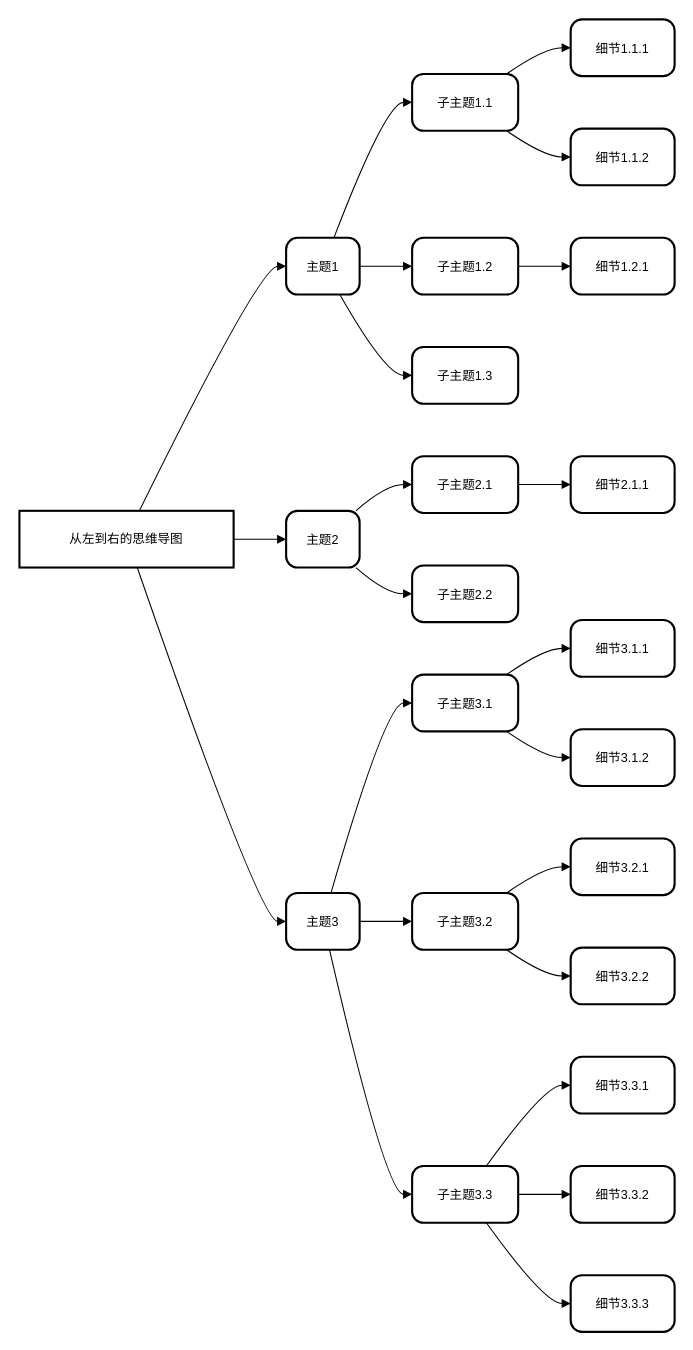
This is 未命名绘图.drawio from huiyanai/mydraw, a draw.io file, before an edit. Source tidied: cells renumbered, new cells numbered last; positions are measured from the earlier drawing's top-left corner, leaving out a move shared by most shapes. Both pictures are drawn from the tidied source at 105%, with x=0, y=0 at pixel (19, 19).
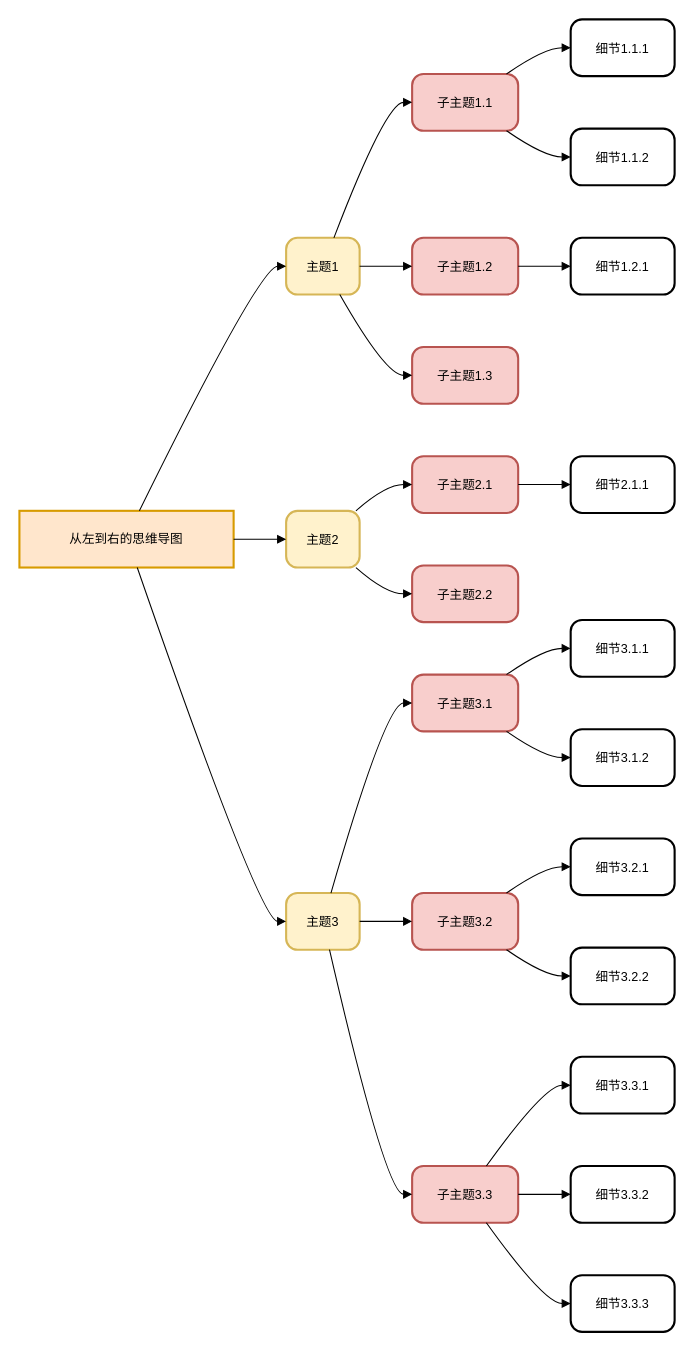
Above is the later version.

What changed in the source:
```diff
@@
-    <mxCell id="2" value="从左到右的思维导图" style="whiteSpace=wrap;strokeWidth=2;" parent="1" vertex="1">
+    <mxCell id="2" value="从左到右的思维导图" style="whiteSpace=wrap;strokeWidth=2;fillColor=#ffe6cc;strokeColor=#d79b00;" parent="1" vertex="1">
       <mxGeometry y="468" width="204" height="54" as="geometry" />
     </mxCell>
-    <mxCell id="3" value="主题1" style="rounded=1;arcSize=20;strokeWidth=2;" parent="1" vertex="1">
+    <mxCell id="3" value="主题1" style="rounded=1;arcSize=20;strokeWidth=2;fillColor=#fff2cc;strokeColor=#d6b656;" parent="1" vertex="1">
       <mxGeometry x="254" y="208" width="70" height="54" as="geometry" />
     </mxCell>
-    <mxCell id="4" value="主题2" style="rounded=1;arcSize=20;strokeWidth=2;" parent="1" vertex="1">
+    <mxCell id="4" value="主题2" style="rounded=1;arcSize=20;strokeWidth=2;fillColor=#fff2cc;strokeColor=#d6b656;" parent="1" vertex="1">
       <mxGeometry x="254" y="468" width="70" height="54" as="geometry" />
     </mxCell>
-    <mxCell id="5" value="主题3" style="rounded=1;arcSize=20;strokeWidth=2;" parent="1" vertex="1">
+    <mxCell id="5" value="主题3" style="rounded=1;arcSize=20;strokeWidth=2;fillColor=#fff2cc;strokeColor=#d6b656;" parent="1" vertex="1">
       <mxGeometry x="254" y="832" width="70" height="54" as="geometry" />
     </mxCell>
-    <mxCell id="6" value="子主题1.1" style="rounded=1;arcSize=20;strokeWidth=2;" parent="1" vertex="1">
+    <mxCell id="6" value="子主题1.1" style="rounded=1;arcSize=20;strokeWidth=2;fillColor=#f8cecc;strokeColor=#b85450;" parent="1" vertex="1">
       <mxGeometry x="374" y="52" width="101" height="54" as="geometry" />
     </mxCell>
-    <mxCell id="7" value="子主题1.2" style="rounded=1;arcSize=20;strokeWidth=2;" parent="1" vertex="1">
+    <mxCell id="7" value="子主题1.2" style="rounded=1;arcSize=20;strokeWidth=2;fillColor=#f8cecc;strokeColor=#b85450;" parent="1" vertex="1">
       <mxGeometry x="374" y="208" width="101" height="54" as="geometry" />
     </mxCell>
-    <mxCell id="8" value="子主题1.3" style="rounded=1;arcSize=20;strokeWidth=2;" parent="1" vertex="1">
+    <mxCell id="8" value="子主题1.3" style="rounded=1;arcSize=20;strokeWidth=2;fillColor=#f8cecc;strokeColor=#b85450;" parent="1" vertex="1">
       <mxGeometry x="374" y="312" width="101" height="54" as="geometry" />
     </mxCell>
-    <mxCell id="9" value="子主题2.1" style="rounded=1;arcSize=20;strokeWidth=2;" parent="1" vertex="1">
+    <mxCell id="9" value="子主题2.1" style="rounded=1;arcSize=20;strokeWidth=2;fillColor=#f8cecc;strokeColor=#b85450;" parent="1" vertex="1">
       <mxGeometry x="374" y="416" width="101" height="54" as="geometry" />
     </mxCell>
-    <mxCell id="10" value="子主题2.2" style="rounded=1;arcSize=20;strokeWidth=2;" parent="1" vertex="1">
+    <mxCell id="10" value="子主题2.2" style="rounded=1;arcSize=20;strokeWidth=2;fillColor=#f8cecc;strokeColor=#b85450;" parent="1" vertex="1">
       <mxGeometry x="374" y="520" width="101" height="54" as="geometry" />
     </mxCell>
-    <mxCell id="11" value="子主题3.1" style="rounded=1;arcSize=20;strokeWidth=2;" parent="1" vertex="1">
+    <mxCell id="11" value="子主题3.1" style="rounded=1;arcSize=20;strokeWidth=2;fillColor=#f8cecc;strokeColor=#b85450;" parent="1" vertex="1">
       <mxGeometry x="374" y="624" width="101" height="54" as="geometry" />
     </mxCell>
-    <mxCell id="12" value="子主题3.2" style="rounded=1;arcSize=20;strokeWidth=2;" parent="1" vertex="1">
+    <mxCell id="12" value="子主题3.2" style="rounded=1;arcSize=20;strokeWidth=2;fillColor=#f8cecc;strokeColor=#b85450;" parent="1" vertex="1">
       <mxGeometry x="374" y="832" width="101" height="54" as="geometry" />
     </mxCell>
-    <mxCell id="13" value="子主题3.3" style="rounded=1;arcSize=20;strokeWidth=2;" parent="1" vertex="1">
+    <mxCell id="13" value="子主题3.3" style="rounded=1;arcSize=20;strokeWidth=2;fillColor=#f8cecc;strokeColor=#b85450;" parent="1" vertex="1">
       <mxGeometry x="374" y="1092" width="101" height="54" as="geometry" />
     </mxCell>
```
